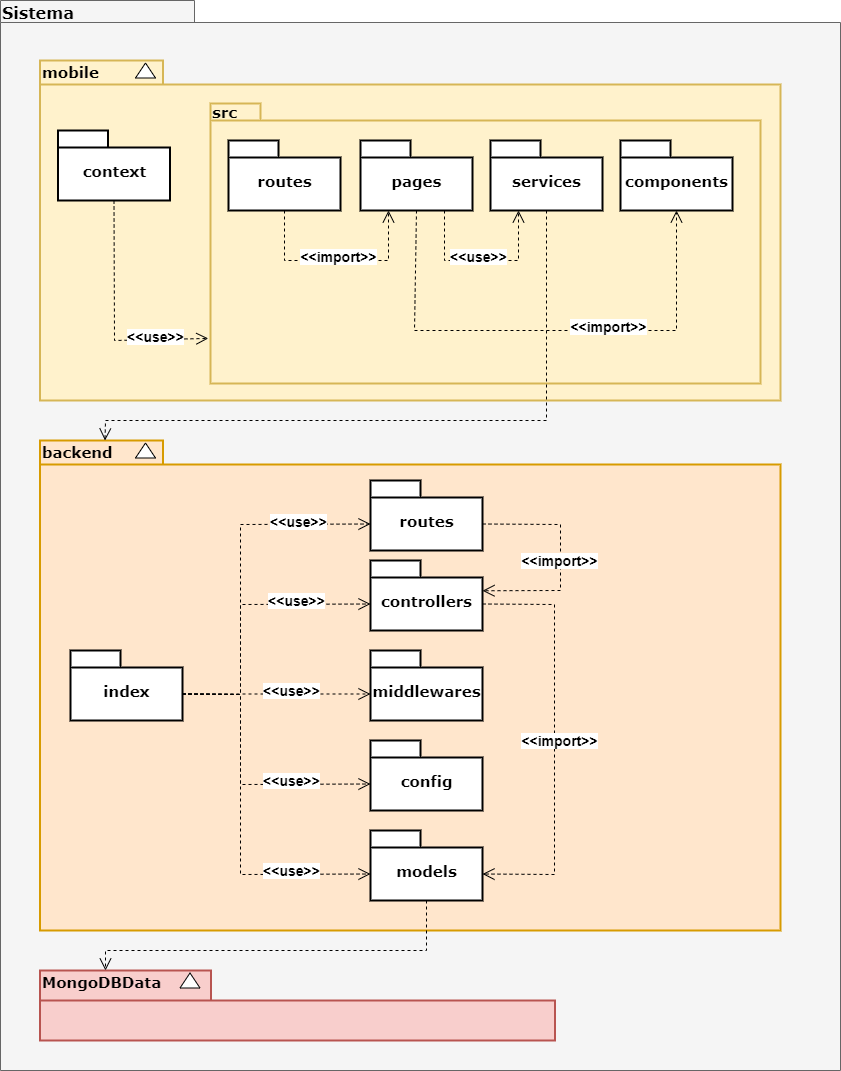
Above: docs/img/diagrama_de_pacotes_geral.png in UnBArqDsw/2020.1_G5_Diario_da_Saude (draw.io), before the change. Source tidied: cells renumbered, new cells last; positions are measured from the earlier drawing's top-left corner, leaving out a move shared by most shapes.
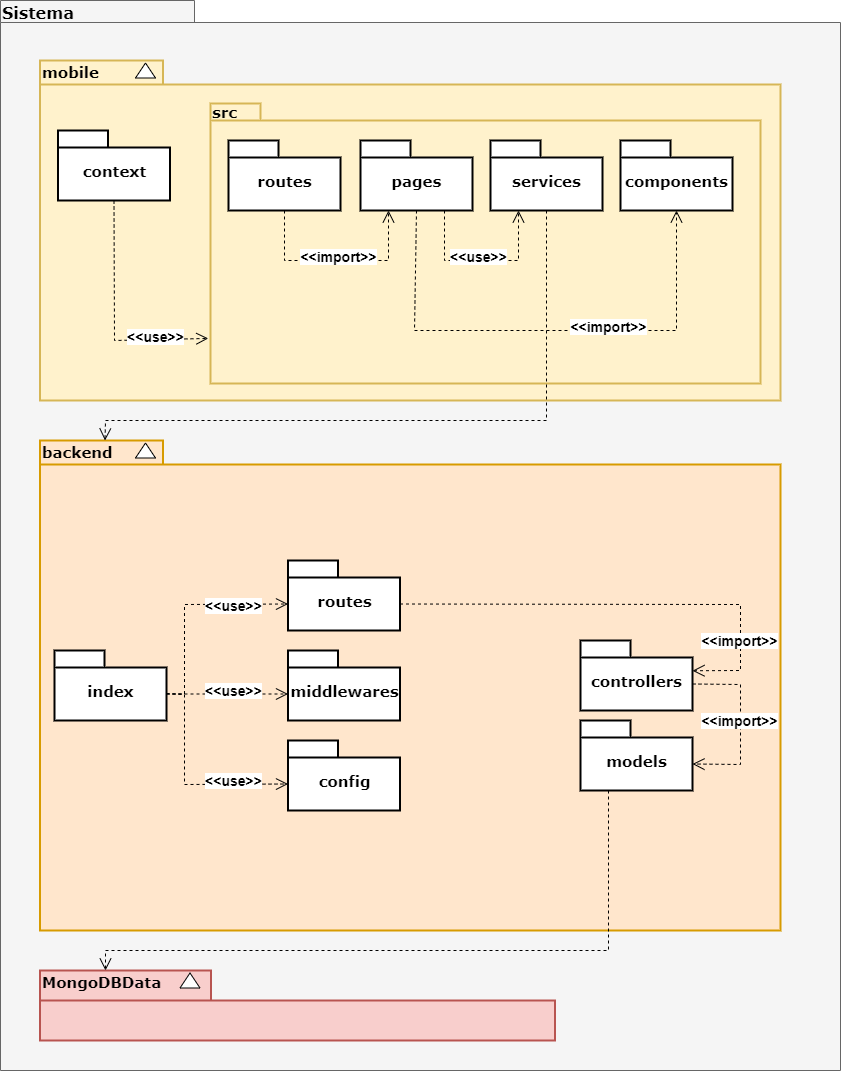
Above is the later version.

Commit message:
Docs/Atualizando diagramas de pacote e arquitetura geral

Diff of the diagram source:
```diff
@@ -18,7 +18,7 @@
       <mxGeometry x="39.5" y="440" width="740.5" height="490" as="geometry" />
     </mxCell>
     <mxCell id="7" value="&lt;font style=&quot;font-size: 15px&quot;&gt;models&lt;/font&gt;" style="shape=folder;fontStyle=1;spacingTop=10;tabWidth=50;tabHeight=17;tabPosition=left;html=1;rounded=0;shadow=0;comic=0;labelBackgroundColor=none;strokeColor=#000000;strokeWidth=2;fillColor=#ffffff;fontFamily=Verdana;fontSize=10;fontColor=#000000;align=center;" parent="1" vertex="1">
-      <mxGeometry x="370" y="830" width="112" height="70" as="geometry" />
+      <mxGeometry x="580" y="720" width="112" height="70" as="geometry" />
     </mxCell>
     <mxCell id="8" style="triangle;whiteSpace=wrap;html=1;rounded=0;shadow=0;comic=0;labelBackgroundColor=none;strokeColor=#000000;strokeWidth=1;fillColor=#ffffff;fontFamily=Verdana;fontSize=10;fontColor=#000000;align=center;rotation=-90;" parent="1" vertex="1">
       <mxGeometry x="137.5" y="440" width="15" height="20" as="geometry" />
@@ -45,85 +45,46 @@
       <mxGeometry x="39.5" y="970" width="130" height="20" as="geometry" />
     </mxCell>
     <mxCell id="16" value="&lt;font style=&quot;font-size: 15px&quot;&gt;routes&lt;/font&gt;" style="shape=folder;fontStyle=1;spacingTop=10;tabWidth=50;tabHeight=17;tabPosition=left;html=1;rounded=0;shadow=0;comic=0;labelBackgroundColor=none;strokeColor=#000000;strokeWidth=2;fillColor=#ffffff;fontFamily=Verdana;fontSize=10;fontColor=#000000;align=center;" parent="1" vertex="1">
-      <mxGeometry x="370" y="480" width="112" height="70" as="geometry" />
+      <mxGeometry x="287.5" y="560" width="112" height="70" as="geometry" />
     </mxCell>
     <mxCell id="17" value="&lt;font style=&quot;font-size: 15px&quot;&gt;config&lt;/font&gt;" style="shape=folder;fontStyle=1;spacingTop=10;tabWidth=50;tabHeight=17;tabPosition=left;html=1;rounded=0;shadow=0;comic=0;labelBackgroundColor=none;strokeColor=#000000;strokeWidth=2;fillColor=#ffffff;fontFamily=Verdana;fontSize=10;fontColor=#000000;align=center;" parent="1" vertex="1">
-      <mxGeometry x="370" y="740" width="112" height="70" as="geometry" />
+      <mxGeometry x="287.5" y="740" width="112" height="70" as="geometry" />
     </mxCell>
     <mxCell id="18" value="&lt;font style=&quot;font-size: 15px&quot;&gt;controllers&lt;/font&gt;" style="shape=folder;fontStyle=1;spacingTop=10;tabWidth=50;tabHeight=17;tabPosition=left;html=1;rounded=0;shadow=0;comic=0;labelBackgroundColor=none;strokeColor=#000000;strokeWidth=2;fillColor=#ffffff;fontFamily=Verdana;fontSize=10;fontColor=#000000;align=center;" parent="1" vertex="1">
-      <mxGeometry x="370" y="560" width="112" height="70" as="geometry" />
+      <mxGeometry x="580" y="640" width="112" height="70" as="geometry" />
     </mxCell>
     <mxCell id="19" value="&lt;font style=&quot;font-size: 15px&quot;&gt;middlewares&lt;/font&gt;" style="shape=folder;fontStyle=1;spacingTop=10;tabWidth=50;tabHeight=17;tabPosition=left;html=1;rounded=0;shadow=0;comic=0;labelBackgroundColor=none;strokeColor=#000000;strokeWidth=2;fillColor=#ffffff;fontFamily=Verdana;fontSize=10;fontColor=#000000;align=center;" parent="1" vertex="1">
-      <mxGeometry x="370" y="650" width="112" height="70" as="geometry" />
+      <mxGeometry x="287.5" y="650" width="112" height="70" as="geometry" />
     </mxCell>
     <mxCell id="20" value="&lt;font style=&quot;font-size: 15px&quot;&gt;index&lt;/font&gt;" style="shape=folder;fontStyle=1;spacingTop=10;tabWidth=50;tabHeight=17;tabPosition=left;html=1;rounded=0;shadow=0;comic=0;labelBackgroundColor=none;strokeColor=#000000;strokeWidth=2;fillColor=#ffffff;fontFamily=Verdana;fontSize=10;fontColor=#000000;align=center;" parent="1" vertex="1">
-      <mxGeometry x="70" y="650" width="112" height="70" as="geometry" />
+      <mxGeometry x="54" y="650" width="112" height="70" as="geometry" />
     </mxCell>
-    <mxCell id="21" style="edgeStyle=none;rounded=0;html=1;dashed=1;labelBackgroundColor=none;startFill=0;endArrow=open;endFill=0;endSize=10;fontFamily=Verdana;fontSize=10;entryX=0;entryY=0;entryPerimeter=0;exitX=0;exitY=0;exitDx=112;exitDy=43.5;exitPerimeter=0;entryDx=0;entryDy=43.5;" parent="1" edge="1" source="20" target="16">
-      <mxGeometry relative="1" as="geometry">
-        <Array as="points">
-          <mxPoint x="240" y="694" />
-          <mxPoint x="240" y="524" />
-        </Array>
-      </mxGeometry>
-    </mxCell>
-    <mxCell id="22" value="&lt;b&gt;&lt;font style=&quot;font-size: 14px&quot;&gt;&amp;lt;&amp;lt;use&amp;gt;&amp;gt;&lt;/font&gt;&lt;/b&gt;" style="edgeLabel;html=1;align=center;verticalAlign=middle;" parent="21" vertex="1">
-      <mxGeometry x="0.14" y="1" relative="1" as="geometry">
-        <mxPoint x="58" y="-27.9" as="offset" />
-      </mxGeometry>
-    </mxCell>
-    <mxCell id="23" style="edgeStyle=none;rounded=0;html=1;dashed=1;labelBackgroundColor=none;startFill=0;endArrow=open;endFill=0;endSize=10;fontFamily=Verdana;fontSize=10;entryX=0;entryY=0;entryPerimeter=0;exitX=0;exitY=0;exitDx=112;exitDy=43.5;exitPerimeter=0;entryDx=0;entryDy=43.5;" parent="1" edge="1" source="20" target="18">
-      <mxGeometry relative="1" as="geometry">
-        <Array as="points">
-          <mxPoint x="240" y="694" />
-          <mxPoint x="240" y="604" />
-        </Array>
-      </mxGeometry>
-    </mxCell>
     <mxCell id="24" style="edgeStyle=none;rounded=0;html=1;dashed=1;labelBackgroundColor=none;startFill=0;endArrow=open;endFill=0;endSize=10;fontFamily=Verdana;fontSize=10;entryX=0;entryY=0;entryPerimeter=0;exitX=0;exitY=0;exitDx=112;exitDy=43.5;exitPerimeter=0;entryDx=0;entryDy=43.5;" parent="1" edge="1" source="20" target="17">
       <mxGeometry relative="1" as="geometry">
         <Array as="points">
-          <mxPoint x="240" y="694" />
-          <mxPoint x="240" y="784" />
+          <mxPoint x="184" y="694" />
+          <mxPoint x="184" y="784" />
         </Array>
       </mxGeometry>
     </mxCell>
     <mxCell id="25" style="edgeStyle=none;rounded=0;html=1;dashed=1;labelBackgroundColor=none;startFill=0;endArrow=open;endFill=0;endSize=10;fontFamily=Verdana;fontSize=10;entryX=0;entryY=0;entryPerimeter=0;exitX=0;exitY=0;exitDx=112.00000000000001;exitDy=43.5;exitPerimeter=0;entryDx=0;entryDy=43.5;" parent="1" edge="1" source="20" target="19">
       <mxGeometry relative="1" as="geometry" />
     </mxCell>
-    <mxCell id="26" style="edgeStyle=none;rounded=0;html=1;dashed=1;labelBackgroundColor=none;startFill=0;endArrow=open;endFill=0;endSize=10;fontFamily=Verdana;fontSize=10;entryX=0;entryY=0;entryPerimeter=0;entryDx=0;entryDy=43.5;exitX=0;exitY=0;exitDx=112.00000000000001;exitDy=43.5;exitPerimeter=0;" parent="1" edge="1" source="20" target="7">
-      <mxGeometry relative="1" as="geometry">
-        <Array as="points">
-          <mxPoint x="240" y="694" />
-          <mxPoint x="240" y="874" />
-        </Array>
-      </mxGeometry>
-    </mxCell>
-    <mxCell id="27" value="&lt;b&gt;&lt;font style=&quot;font-size: 14px&quot;&gt;&amp;lt;&amp;lt;use&amp;gt;&amp;gt;&lt;/font&gt;&lt;/b&gt;" style="edgeLabel;html=1;align=center;verticalAlign=middle;" parent="1" vertex="1">
-      <mxGeometry x="307" y="530" as="geometry">
-        <mxPoint x="-12" y="69" as="offset" />
-      </mxGeometry>
-    </mxCell>
     <mxCell id="28" value="&lt;b&gt;&lt;font style=&quot;font-size: 14px&quot;&gt;&amp;lt;&amp;lt;use&amp;gt;&amp;gt;&lt;/font&gt;&lt;/b&gt;" style="edgeLabel;html=1;align=center;verticalAlign=middle;" parent="1" vertex="1">
-      <mxGeometry x="302.5" y="620" as="geometry">
+      <mxGeometry x="244" y="620" as="geometry">
         <mxPoint x="-12" y="69" as="offset" />
       </mxGeometry>
     </mxCell>
     <mxCell id="29" value="&lt;b&gt;&lt;font style=&quot;font-size: 14px&quot;&gt;&amp;lt;&amp;lt;use&amp;gt;&amp;gt;&lt;/font&gt;&lt;/b&gt;" style="edgeLabel;html=1;align=center;verticalAlign=middle;" parent="1" vertex="1">
-      <mxGeometry x="302.5" y="710" as="geometry">
+      <mxGeometry x="244" y="710" as="geometry">
         <mxPoint x="-12" y="69" as="offset" />
       </mxGeometry>
     </mxCell>
-    <mxCell id="30" value="&lt;b&gt;&lt;font style=&quot;font-size: 14px&quot;&gt;&amp;lt;&amp;lt;use&amp;gt;&amp;gt;&lt;/font&gt;&lt;/b&gt;" style="edgeLabel;html=1;align=center;verticalAlign=middle;" parent="1" vertex="1">
-      <mxGeometry x="302.5" y="800" as="geometry">
-        <mxPoint x="-12" y="69" as="offset" />
-      </mxGeometry>
-    </mxCell>
-    <mxCell id="31" style="edgeStyle=none;rounded=0;html=1;dashed=1;labelBackgroundColor=none;startFill=0;endArrow=open;endFill=0;endSize=10;fontFamily=Verdana;fontSize=10;exitX=0.5;exitY=1;exitDx=0;exitDy=0;exitPerimeter=0;" parent="1" edge="1" source="7">
+    <mxCell id="31" style="edgeStyle=none;rounded=0;html=1;dashed=1;labelBackgroundColor=none;startFill=0;endArrow=open;endFill=0;endSize=10;fontFamily=Verdana;fontSize=10;exitX=0.25;exitY=1;exitDx=0;exitDy=0;exitPerimeter=0;" parent="1" edge="1" source="7">
       <mxGeometry relative="1" as="geometry">
         <mxPoint x="105" y="970" as="targetPoint" />
         <Array as="points">
-          <mxPoint x="426" y="950" />
+          <mxPoint x="608" y="950" />
           <mxPoint x="105" y="950" />
         </Array>
       </mxGeometry>
@@ -131,26 +92,26 @@
     <mxCell id="32" style="edgeStyle=none;rounded=0;html=1;dashed=1;labelBackgroundColor=none;startFill=0;endArrow=open;endFill=0;endSize=10;fontFamily=Verdana;fontSize=10;entryX=0;entryY=0;entryPerimeter=0;exitX=0;exitY=0;exitDx=112.00000000000001;exitDy=43.5;exitPerimeter=0;entryDx=112.00000000000001;entryDy=43.5;" parent="1" edge="1" source="18" target="7">
       <mxGeometry relative="1" as="geometry">
         <Array as="points">
-          <mxPoint x="554" y="604" />
-          <mxPoint x="554" y="874" />
+          <mxPoint x="740" y="684" />
+          <mxPoint x="740" y="764" />
         </Array>
       </mxGeometry>
     </mxCell>
     <mxCell id="33" value="&lt;b&gt;&lt;font style=&quot;font-size: 14px&quot;&gt;&amp;lt;&amp;lt;import&amp;gt;&amp;gt;&lt;/font&gt;&lt;/b&gt;" style="edgeLabel;html=1;align=center;verticalAlign=middle;" parent="1" vertex="1">
-      <mxGeometry x="570" y="670" as="geometry">
+      <mxGeometry x="750" y="650" as="geometry">
         <mxPoint x="-12" y="69" as="offset" />
       </mxGeometry>
     </mxCell>
     <mxCell id="34" style="edgeStyle=none;rounded=0;html=1;dashed=1;labelBackgroundColor=none;startFill=0;endArrow=open;endFill=0;endSize=10;fontFamily=Verdana;fontSize=10;exitX=0;exitY=0;exitDx=112.00000000000001;exitDy=43.5;exitPerimeter=0;entryX=0;entryY=0;entryDx=112.00000000000001;entryDy=30.25;entryPerimeter=0;" parent="1" edge="1" source="16" target="18">
       <mxGeometry relative="1" as="geometry">
         <Array as="points">
-          <mxPoint x="560" y="524" />
-          <mxPoint x="560" y="590" />
+          <mxPoint x="740" y="604" />
+          <mxPoint x="740" y="670" />
         </Array>
       </mxGeometry>
     </mxCell>
     <mxCell id="35" value="&lt;b&gt;&lt;font style=&quot;font-size: 14px&quot;&gt;&amp;lt;&amp;lt;import&amp;gt;&amp;gt;&lt;/font&gt;&lt;/b&gt;" style="edgeLabel;html=1;align=center;verticalAlign=middle;" parent="1" vertex="1">
-      <mxGeometry x="570" y="490" as="geometry">
+      <mxGeometry x="750" y="570" as="geometry">
         <mxPoint x="-12" y="69" as="offset" />
       </mxGeometry>
     </mxCell>
@@ -229,5 +190,19 @@
         <mxPoint x="17" y="-144" as="offset" />
       </mxGeometry>
     </mxCell>
+    <mxCell id="50" style="edgeStyle=none;rounded=0;html=1;dashed=1;labelBackgroundColor=none;startFill=0;endArrow=open;endFill=0;endSize=10;fontFamily=Verdana;fontSize=10;entryX=0;entryY=0;entryPerimeter=0;exitX=0;exitY=0;exitDx=112;exitDy=43.5;exitPerimeter=0;entryDx=0;entryDy=43.5;" parent="1" edge="1" target="16">
+      <mxGeometry relative="1" as="geometry">
+        <mxPoint x="166" y="693" as="sourcePoint" />
+        <Array as="points">
+          <mxPoint x="184" y="693.5" />
+          <mxPoint x="184" y="604" />
+        </Array>
+      </mxGeometry>
+    </mxCell>
+    <mxCell id="51" value="&lt;b&gt;&lt;font style=&quot;font-size: 14px&quot;&gt;&amp;lt;&amp;lt;use&amp;gt;&amp;gt;&lt;/font&gt;&lt;/b&gt;" style="edgeLabel;html=1;align=center;verticalAlign=middle;" parent="1" vertex="1">
+      <mxGeometry x="244" y="535" as="geometry">
+        <mxPoint x="-12" y="69" as="offset" />
+      </mxGeometry>
+    </mxCell>
   </root>
 </mxGraphModel>
```
